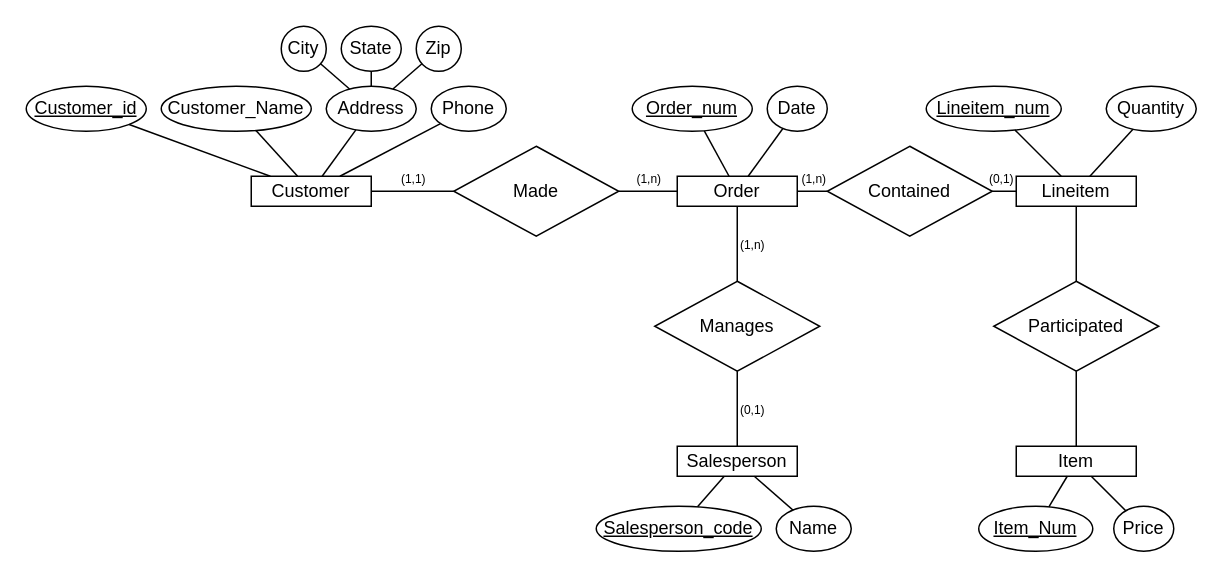
Above: lineitem2.drawio in snvnn/taba6-21 (draw.io), before the change. Source tidied: cells renumbered, new cells numbered last; positions are measured from the earlier drawing's top-left corner, leaving out a move shared by most shapes. Both pictures are drawn from the tidied source at 150%, with x=0, y=0 at pixel (26, 26).
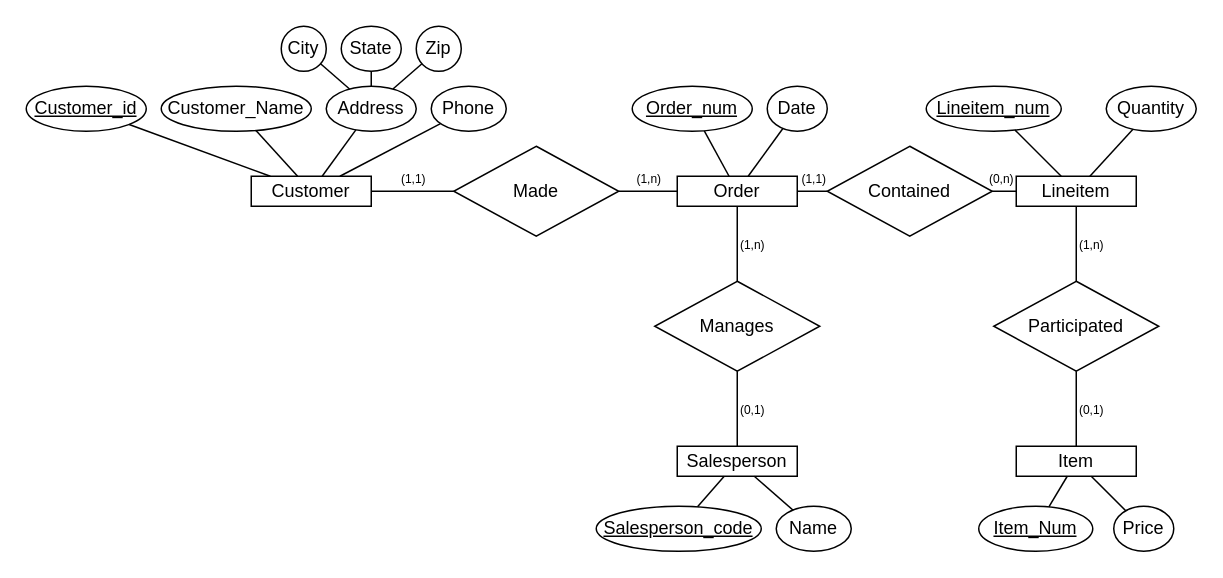
The same diagram, later.

What changed in the source:
```diff
@@
-    <mxCell id="54" value="&lt;font style=&quot;font-size: 8px;&quot;&gt;(1,n)&lt;/font&gt;" style="text;html=1;align=center;verticalAlign=middle;strokeColor=none;fillColor=none;" parent="1" vertex="1">
+    <mxCell id="54" value="&lt;font style=&quot;font-size: 8px;&quot;&gt;(1,1)&lt;/font&gt;" style="text;html=1;align=center;verticalAlign=middle;strokeColor=none;fillColor=none;" parent="1" vertex="1">
       <mxGeometry x="505" y="86" width="40" height="30" as="geometry" />
     </mxCell>
-    <mxCell id="55" value="&lt;font style=&quot;font-size: 8px;&quot;&gt;(0,1)&lt;/font&gt;" style="text;html=1;align=center;verticalAlign=middle;strokeColor=none;fillColor=none;" parent="1" vertex="1">
+    <mxCell id="55" value="&lt;font style=&quot;font-size: 8px;&quot;&gt;(0,n)&lt;/font&gt;" style="text;html=1;align=center;verticalAlign=middle;strokeColor=none;fillColor=none;" parent="1" vertex="1">
       <mxGeometry x="630" y="86" width="40" height="30" as="geometry" />
     </mxCell>
+    <mxCell id="56" value="&lt;font style=&quot;font-size: 8px;&quot;&gt;(1,n)&lt;/font&gt;" style="text;html=1;align=center;verticalAlign=middle;strokeColor=none;fillColor=none;" parent="1" vertex="1">
+      <mxGeometry x="690" y="130" width="40" height="30" as="geometry" />
+    </mxCell>
+    <mxCell id="57" value="&lt;font style=&quot;font-size: 8px;&quot;&gt;(0,1)&lt;/font&gt;" style="text;html=1;align=center;verticalAlign=middle;strokeColor=none;fillColor=none;" parent="1" vertex="1">
+      <mxGeometry x="690" y="240" width="40" height="30" as="geometry" />
+    </mxCell>
```
